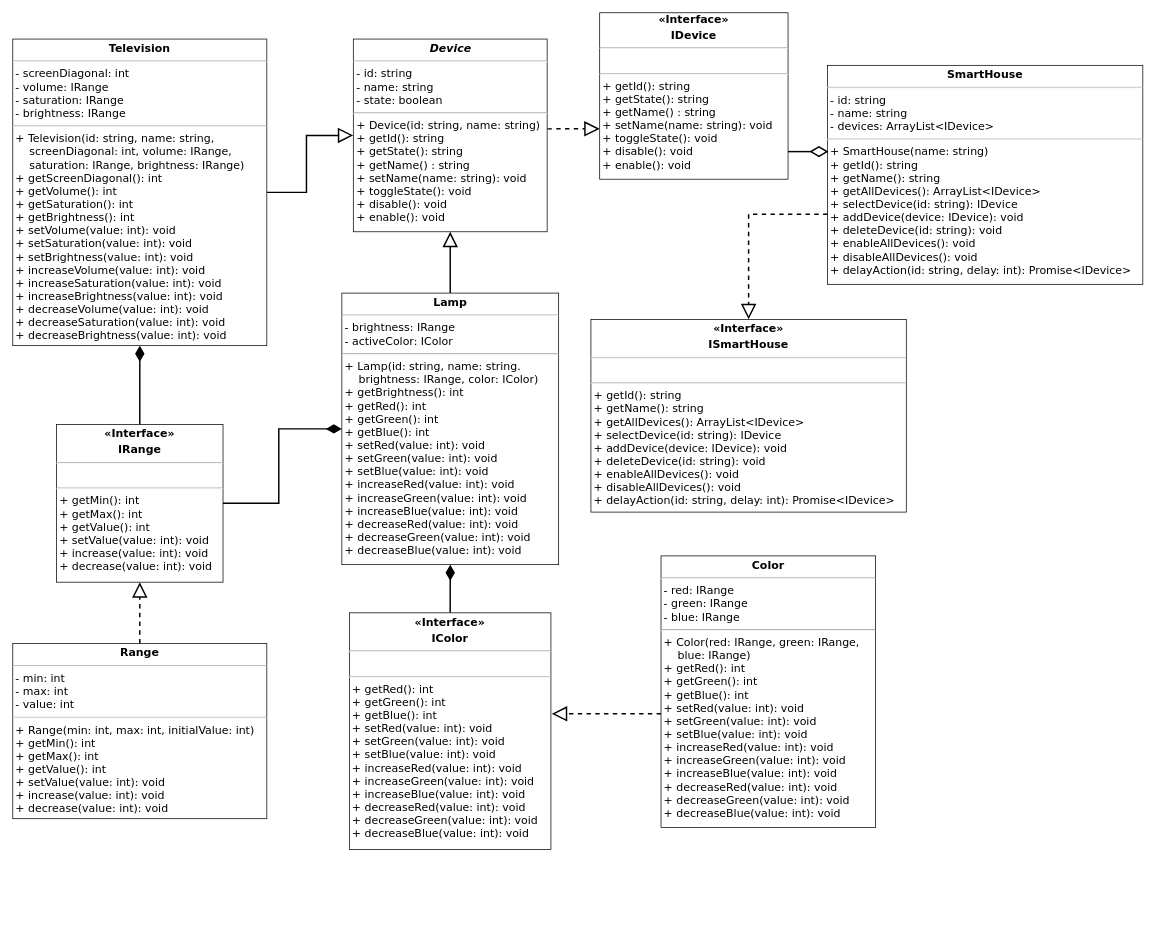
denvoskoboinykov/smarthouse-ts keeps this draw.io diagram as classDiagram.drawio. Above is the earlier version. Source tidied: cells renumbered, new cells numbered last; positions are measured from the earlier drawing's top-left corner, leaving out a move shared by most shapes. Both pictures are drawn from the tidied source at 73%, with x=0, y=0 at pixel (12, 12).
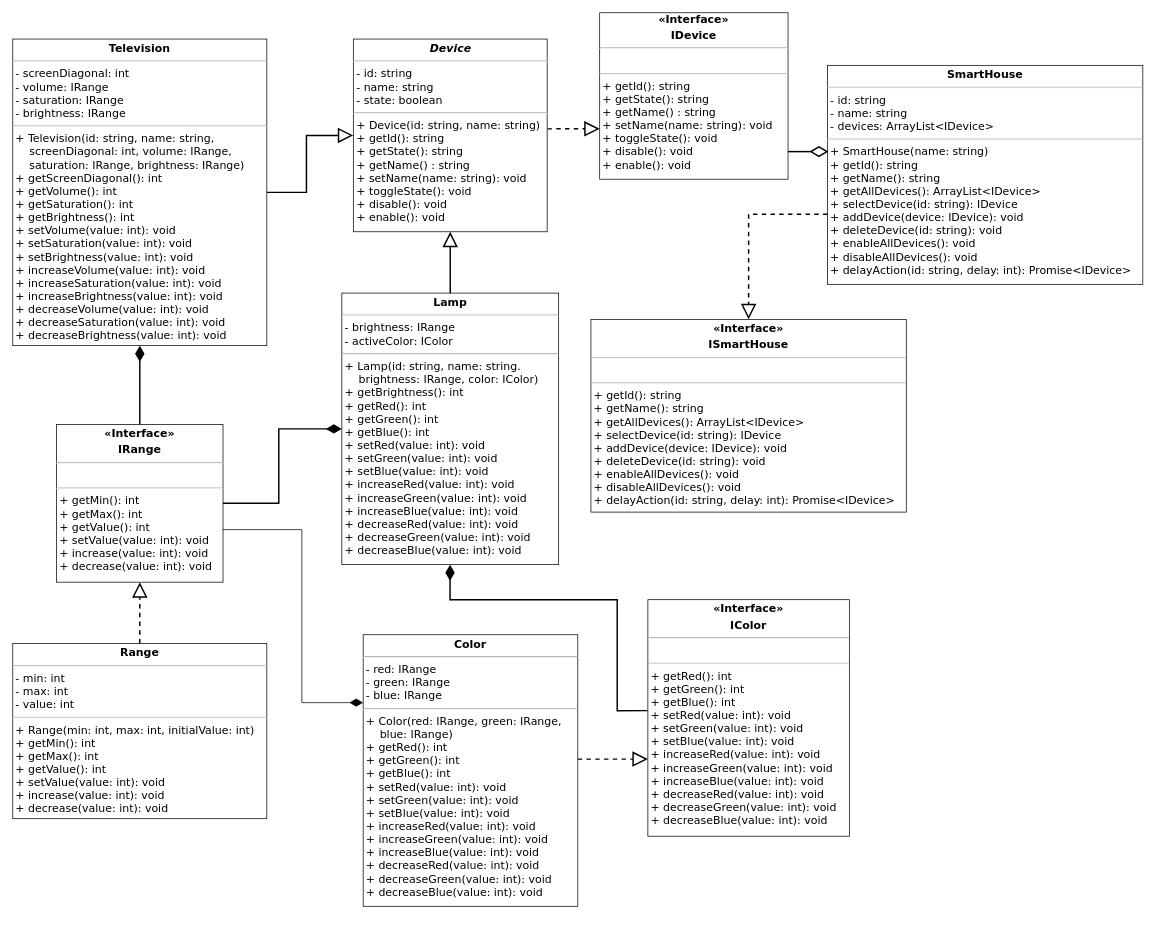
The same diagram, later.

Commit message (it also covers changes not shown here):
fixed class diagram

The change refers to these unchanged cells:
```xml
<mxCell id="6" value="&lt;p style=&quot;margin: 4px 0px 0px ; text-align: center ; font-size: 15px&quot;&gt;&lt;b style=&quot;font-size: 15px&quot;&gt;&lt;font style=&quot;font-size: 15px&quot;&gt;Lamp&lt;/font&gt;&lt;/b&gt;&lt;/p&gt;&lt;hr style=&quot;font-size: 15px&quot;&gt;&lt;p style=&quot;margin: 0px 0px 0px 4px ; font-size: 15px&quot;&gt;&lt;font style=&quot;font-size: 15px&quot;&gt;- brightness: IRange&lt;br style=&quot;font-size: 15px&quot;&gt;&lt;/font&gt;&lt;/p&gt;&lt;p style=&quot;margin: 0px 0px 0px 4px ; font-size: 15px&quot;&gt;&lt;font style=&quot;font-size: 15px&quot;&gt;- activeColor: IColor&lt;/font&gt;&lt;/p&gt;&lt;hr style=&quot;font-size: 15px&quot;&gt;&lt;p style=&quot;margin: 0px 0px 0px 4px ; font-size: 15px&quot;&gt;&lt;font style=&quot;font-size: 15px&quot;&gt;+ Lamp(id: string, name: string.&amp;nbsp;&lt;/font&gt;&lt;/p&gt;&lt;p style=&quot;margin: 0px 0px 0px 4px ; font-size: 15px&quot;&gt;&lt;font style=&quot;font-size: 15px&quot;&gt;&lt;span style=&quot;font-size: 15px&quot;&gt;&amp;nbsp; &amp;nbsp; brightness: IRange, color: IColor)&lt;/span&gt;&lt;/font&gt;&lt;/p&gt;&lt;p style=&quot;margin: 0px 0px 0px 4px ; font-size: 15px&quot;&gt;&lt;span style=&quot;font-size: 15px&quot;&gt;&lt;font style=&quot;font-size: 15px&quot;&gt;+ getBrightness(): int&lt;/font&gt;&lt;/span&gt;&lt;/p&gt;&lt;p style=&quot;margin: 0px 0px 0px 4px&quot;&gt;+ getRed(): int&lt;/p&gt;&lt;p style=&quot;margin: 0px 0px 0px 4px&quot;&gt;+ getGreen(): int&lt;br&gt;&lt;/p&gt;&lt;p style=&quot;margin: 0px 0px 0px 4px&quot;&gt;+ getBlue(): int&lt;/p&gt;&lt;p style=&quot;margin: 0px 0px 0px 4px ; font-size: 15px&quot;&gt;+ setRed(&lt;span style=&quot;font-size: 15px&quot;&gt;value: int): void&lt;/span&gt;&lt;/p&gt;&lt;p style=&quot;margin: 0px 0px 0px 4px ; font-size: 15px&quot;&gt;+ setGreen(&lt;span style=&quot;font-size: 15px&quot;&gt;value: int): void&lt;/span&gt;&lt;span style=&quot;font-size: 15px&quot;&gt;&lt;br style=&quot;font-size: 15px&quot;&gt;&lt;/span&gt;&lt;/p&gt;&lt;p style=&quot;margin: 0px 0px 0px 4px ; font-size: 15px&quot;&gt;+ setBlue(&lt;span style=&quot;font-size: 15px&quot;&gt;value: int): void&lt;/span&gt;&lt;span style=&quot;font-size: 15px&quot;&gt;&lt;br style=&quot;font-size: 15px&quot;&gt;&lt;/span&gt;&lt;/p&gt;&lt;p style=&quot;margin: 0px 0px 0px 4px ; font-size: 15px&quot;&gt;+ increaseRed(&lt;span style=&quot;font-size: 15px&quot;&gt;value: int): void&lt;/span&gt;&lt;/p&gt;&lt;p style=&quot;margin: 0px 0px 0px 4px ; font-size: 15px&quot;&gt;+ increaseGreen(&lt;span style=&quot;font-size: 15px&quot;&gt;value: int): void&lt;/span&gt;&lt;span style=&quot;font-size: 15px&quot;&gt;&lt;br style=&quot;font-size: 15px&quot;&gt;&lt;/span&gt;&lt;/p&gt;&lt;p style=&quot;margin: 0px 0px 0px 4px ; font-size: 15px&quot;&gt;+ increaseBlue(&lt;span style=&quot;font-size: 15px&quot;&gt;value: int): void&lt;/span&gt;&lt;span style=&quot;font-size: 15px&quot;&gt;&lt;br style=&quot;font-size: 15px&quot;&gt;&lt;/span&gt;&lt;/p&gt;&lt;p style=&quot;margin: 0px 0px 0px 4px ; font-size: 15px&quot;&gt;&lt;/p&gt;&lt;p style=&quot;margin: 0px 0px 0px 4px ; font-size: 15px&quot;&gt;+ decreaseRed(&lt;span style=&quot;font-size: 15px&quot;&gt;value: int): void&lt;/span&gt;&lt;/p&gt;&lt;p style=&quot;margin: 0px 0px 0px 4px ; font-size: 15px&quot;&gt;+ decreaseGreen(value: int): void&lt;span style=&quot;font-size: 15px&quot;&gt;&lt;br style=&quot;font-size: 15px&quot;&gt;&lt;/span&gt;&lt;/p&gt;&lt;p style=&quot;margin: 0px 0px 0px 4px ; font-size: 15px&quot;&gt;+ decreaseBlue(value: int): void&lt;br style=&quot;font-size: 15px&quot;&gt;&lt;/p&gt;" style="verticalAlign=top;align=left;overflow=fill;fontSize=15;fontFamily=Verdana;html=1;rounded=0;shadow=0;comic=0;labelBackgroundColor=none;strokeWidth=1;" parent="1" vertex="1">
  <mxGeometry x="450.8" y="384" width="297" height="372" as="geometry" />
</mxCell>
<mxCell id="19" value="&lt;p style=&quot;margin: 4px 0px 0px ; text-align: center ; font-size: 15px&quot;&gt;&lt;b&gt;«Interface»&lt;/b&gt;&lt;b style=&quot;font-size: 15px&quot;&gt;&lt;font style=&quot;font-size: 15px&quot;&gt;&lt;br&gt;&lt;/font&gt;&lt;/b&gt;&lt;/p&gt;&lt;p style=&quot;margin: 4px 0px 0px ; text-align: center ; font-size: 15px&quot;&gt;&lt;b style=&quot;font-size: 15px&quot;&gt;&lt;font style=&quot;font-size: 15px&quot;&gt;IRange&lt;/font&gt;&lt;/b&gt;&lt;/p&gt;&lt;hr style=&quot;font-size: 15px&quot;&gt;&lt;p style=&quot;margin: 0px 0px 0px 4px ; font-size: 15px&quot;&gt;&lt;br&gt;&lt;/p&gt;&lt;hr style=&quot;font-size: 15px&quot;&gt;&lt;p style=&quot;margin: 0px 0px 0px 4px ; font-size: 15px&quot;&gt;&lt;span&gt;+ getMin(): int&lt;/span&gt;&lt;br&gt;&lt;/p&gt;&lt;p style=&quot;margin: 0px 0px 0px 4px ; font-size: 15px&quot;&gt;&lt;font style=&quot;font-size: 15px&quot;&gt;+ getMax(): int&lt;/font&gt;&lt;/p&gt;&lt;p style=&quot;margin: 0px 0px 0px 4px ; font-size: 15px&quot;&gt;&lt;font style=&quot;font-size: 15px&quot;&gt;+ getValue(): int&lt;/font&gt;&lt;/p&gt;&lt;p style=&quot;margin: 0px 0px 0px 4px ; font-size: 15px&quot;&gt;&lt;font style=&quot;font-size: 15px&quot;&gt;+ setValue(value: int): void&lt;br style=&quot;font-size: 15px&quot;&gt;&lt;/font&gt;&lt;/p&gt;&lt;p style=&quot;margin: 0px 0px 0px 4px ; font-size: 15px&quot;&gt;&lt;font style=&quot;font-size: 15px&quot;&gt;+ increase(value: int): void&lt;/font&gt;&lt;/p&gt;&lt;p style=&quot;margin: 0px 0px 0px 4px ; font-size: 15px&quot;&gt;&lt;font style=&quot;font-size: 15px&quot;&gt;+ decrease(value: int): void&lt;/font&gt;&lt;/p&gt;&lt;p style=&quot;margin: 0px 0px 0px 4px ; font-size: 15px&quot;&gt;&lt;br style=&quot;font-size: 15px&quot;&gt;&lt;/p&gt;" style="verticalAlign=top;align=left;overflow=fill;fontSize=15;fontFamily=Verdana;html=1;rounded=0;shadow=0;comic=0;labelBackgroundColor=none;strokeWidth=1;horizontal=1;" parent="1" vertex="1">
  <mxGeometry x="60" y="564" width="228" height="216" as="geometry" />
</mxCell>
```

Diff of the diagram source:
```diff
@@
-    <mxCell id="9" style="edgeStyle=orthogonalEdgeStyle;rounded=0;jettySize=auto;html=1;dashed=1;endArrow=block;endFill=0;endSize=16;strokeWidth=2;entryX=1.004;entryY=0.427;entryDx=0;entryDy=0;entryPerimeter=0;" parent="1" edge="1" source="10" target="21">
+    <mxCell id="9" style="edgeStyle=orthogonalEdgeStyle;rounded=0;jettySize=auto;html=1;dashed=1;endArrow=block;endFill=0;endSize=16;strokeWidth=2;entryX=0;entryY=0.674;entryDx=0;entryDy=0;entryPerimeter=0;" parent="1" edge="1" source="10" target="21">
       <mxGeometry relative="1" as="geometry">
         <Array as="points">
-          <mxPoint x="818" y="960" />
+          <mxPoint x="768" y="1022" />
         </Array>
       </mxGeometry>
     </mxCell>
     <mxCell id="10" value="&lt;p style=&quot;margin: 4px 0px 0px ; text-align: center ; font-size: 15px&quot;&gt;&lt;b style=&quot;font-size: 15px&quot;&gt;&lt;font style=&quot;font-size: 15px&quot;&gt;Color&lt;/font&gt;&lt;/b&gt;&lt;/p&gt;&lt;hr style=&quot;font-size: 15px&quot;&gt;&lt;p style=&quot;margin: 0px 0px 0px 4px ; font-size: 15px&quot;&gt;&lt;font style=&quot;font-size: 15px&quot;&gt;- red: IRange&lt;br style=&quot;font-size: 15px&quot;&gt;- green: IRange&lt;br style=&quot;font-size: 15px&quot;&gt;&lt;/font&gt;&lt;/p&gt;&lt;p style=&quot;margin: 0px 0px 0px 4px ; font-size: 15px&quot;&gt;&lt;font style=&quot;font-size: 15px&quot;&gt;- blue: IRange&lt;/font&gt;&lt;/p&gt;&lt;hr style=&quot;font-size: 15px&quot;&gt;&lt;p style=&quot;margin: 0px 0px 0px 4px ; font-size: 15px&quot;&gt;&lt;font style=&quot;font-size: 15px&quot;&gt;+ Color(red: IRange, green: IRange,&lt;/font&gt;&lt;/p&gt;&lt;p style=&quot;margin: 0px 0px 0px 4px ; font-size: 15px&quot;&gt;&lt;font style=&quot;font-size: 15px&quot;&gt;&amp;nbsp; &amp;nbsp; blue: IRange)&lt;/font&gt;&lt;/p&gt;&lt;p style=&quot;margin: 0px 0px 0px 4px&quot;&gt;+ getRed(): int&lt;br&gt;&lt;/p&gt;&lt;p style=&quot;margin: 0px 0px 0px 4px&quot;&gt;+ getGreen(): int&lt;/p&gt;&lt;p style=&quot;margin: 0px 0px 0px 4px&quot;&gt;+ getBlue(): int&lt;/p&gt;&lt;p style=&quot;margin: 0px 0px 0px 4px&quot;&gt;+ setRed(value: int): void&lt;/p&gt;&lt;p style=&quot;margin: 0px 0px 0px 4px&quot;&gt;+ setGreen(value: int): void&lt;br&gt;&lt;/p&gt;&lt;p style=&quot;margin: 0px 0px 0px 4px&quot;&gt;+ setBlue(value: int): void&lt;br&gt;&lt;/p&gt;&lt;p style=&quot;margin: 0px 0px 0px 4px&quot;&gt;+&amp;nbsp;increaseRed(value: int): void&lt;/p&gt;&lt;p style=&quot;margin: 0px 0px 0px 4px&quot;&gt;+&amp;nbsp;increaseGreen(value: int): void&lt;br&gt;&lt;/p&gt;&lt;p style=&quot;margin: 0px 0px 0px 4px&quot;&gt;+&amp;nbsp;increaseBlue(value: int): void&lt;br&gt;&lt;/p&gt;&lt;p style=&quot;margin: 0px 0px 0px 4px&quot;&gt;+ decreaseRed(value: int): void&lt;/p&gt;&lt;p style=&quot;margin: 0px 0px 0px 4px&quot;&gt;+ decreaseGreen(value: int): void&lt;/p&gt;&lt;p style=&quot;margin: 0px 0px 0px 4px&quot;&gt;&lt;/p&gt;&lt;p style=&quot;margin: 0px 0px 0px 4px&quot;&gt;+ decreaseBlue(value: int): void&lt;/p&gt;&lt;p style=&quot;margin: 0px 0px 0px 4px ; font-size: 15px&quot;&gt;&lt;br&gt;&lt;/p&gt;" style="verticalAlign=top;align=left;overflow=fill;fontSize=15;fontFamily=Verdana;html=1;rounded=0;shadow=0;comic=0;labelBackgroundColor=none;strokeWidth=1;" parent="1" vertex="1">
-      <mxGeometry x="888" y="744" width="294" height="372" as="geometry" />
+      <mxGeometry x="480" y="852" width="294" height="372" as="geometry" />
     </mxCell>
@@
+    <mxCell id="24" style="edgeStyle=orthogonalEdgeStyle;rounded=0;jettySize=auto;html=1;entryX=0;entryY=0.25;entryDx=0;entryDy=0;endArrow=diamondThin;endFill=1;startSize=6;endSize=16;" parent="1" edge="1" source="19" target="10">
+      <mxGeometry relative="1" as="geometry">
+        <Array as="points">
+          <mxPoint x="396" y="708" />
+          <mxPoint x="396" y="945" />
+        </Array>
+      </mxGeometry>
+    </mxCell>
@@
-    <mxCell id="20" style="edgeStyle=orthogonalEdgeStyle;rounded=0;jettySize=auto;html=1;endArrow=diamondThin;endFill=1;endSize=16;strokeWidth=2;" parent="1" edge="1" source="21" target="6">
-      <mxGeometry relative="1" as="geometry" />
+    <mxCell id="20" style="edgeStyle=orthogonalEdgeStyle;rounded=0;jettySize=auto;html=1;endArrow=diamondThin;endFill=1;endSize=16;strokeWidth=2;exitX=-0.002;exitY=0.469;exitDx=0;exitDy=0;exitPerimeter=0;" parent="1" edge="1" source="21" target="6">
+      <mxGeometry relative="1" as="geometry">
+        <Array as="points">
+          <mxPoint x="828" y="956" />
+          <mxPoint x="828" y="804" />
+          <mxPoint x="599" y="804" />
+        </Array>
+      </mxGeometry>
     </mxCell>
     <mxCell id="21" value="&lt;p style=&quot;margin: 4px 0px 0px ; text-align: center ; font-size: 15px&quot;&gt;&lt;b&gt;«Interface»&lt;/b&gt;&lt;b style=&quot;font-size: 15px&quot;&gt;&lt;font style=&quot;font-size: 15px&quot;&gt;&lt;br&gt;&lt;/font&gt;&lt;/b&gt;&lt;/p&gt;&lt;p style=&quot;margin: 4px 0px 0px ; text-align: center ; font-size: 15px&quot;&gt;&lt;b style=&quot;font-size: 15px&quot;&gt;&lt;font style=&quot;font-size: 15px&quot;&gt;IColor&lt;/font&gt;&lt;/b&gt;&lt;/p&gt;&lt;hr style=&quot;font-size: 15px&quot;&gt;&lt;p style=&quot;margin: 0px 0px 0px 4px ; font-size: 15px&quot;&gt;&lt;br&gt;&lt;/p&gt;&lt;hr style=&quot;font-size: 15px&quot;&gt;&lt;p style=&quot;margin: 0px 0px 0px 4px ; font-size: 15px&quot;&gt;&lt;span&gt;+ getRed(): int&lt;/span&gt;&lt;br&gt;&lt;/p&gt;&lt;p style=&quot;margin: 0px 0px 0px 4px ; font-size: 15px&quot;&gt;&lt;font style=&quot;font-size: 15px&quot;&gt;+ getGreen(): int&lt;/font&gt;&lt;/p&gt;&lt;p style=&quot;margin: 0px 0px 0px 4px ; font-size: 15px&quot;&gt;&lt;font style=&quot;font-size: 15px&quot;&gt;+ getBlue(): int&lt;/font&gt;&lt;/p&gt;&lt;p style=&quot;margin: 0px 0px 0px 4px ; font-size: 15px&quot;&gt;&lt;font style=&quot;font-size: 15px&quot;&gt;+ setRed(value: int): void&lt;/font&gt;&lt;/p&gt;&lt;p style=&quot;margin: 0px 0px 0px 4px ; font-size: 15px&quot;&gt;&lt;font style=&quot;font-size: 15px&quot;&gt;+ setGreen(value: int): void&lt;br style=&quot;font-size: 15px&quot;&gt;&lt;/font&gt;&lt;/p&gt;&lt;p style=&quot;margin: 0px 0px 0px 4px ; font-size: 15px&quot;&gt;&lt;font style=&quot;font-size: 15px&quot;&gt;+ setBlue(value: int): void&lt;br style=&quot;font-size: 15px&quot;&gt;&lt;/font&gt;&lt;/p&gt;&lt;p style=&quot;margin: 0px 0px 0px 4px ; font-size: 15px&quot;&gt;+&lt;span style=&quot;font-size: 15px&quot;&gt;&amp;nbsp;increase&lt;/span&gt;Red&lt;span style=&quot;font-size: 15px&quot;&gt;(value: int): void&lt;/span&gt;&lt;/p&gt;&lt;p style=&quot;margin: 0px 0px 0px 4px ; font-size: 15px&quot;&gt;+&amp;nbsp;increaseGreen(value: int): void&lt;span style=&quot;font-size: 15px&quot;&gt;&lt;br style=&quot;font-size: 15px&quot;&gt;&lt;/span&gt;&lt;/p&gt;&lt;p style=&quot;margin: 0px 0px 0px 4px ; font-size: 15px&quot;&gt;+&amp;nbsp;increaseBlue(value: int): void&lt;br style=&quot;font-size: 15px&quot;&gt;&lt;/p&gt;&lt;p style=&quot;margin: 0px 0px 0px 4px ; font-size: 15px&quot;&gt;+ decreaseRed(value: int): void&lt;/p&gt;&lt;p style=&quot;margin: 0px 0px 0px 4px ; font-size: 15px&quot;&gt;+ decreaseGreen(value: int): void&lt;/p&gt;&lt;p style=&quot;margin: 0px 0px 0px 4px ; font-size: 15px&quot;&gt;+ decreaseBlue(value: int): void&lt;br style=&quot;font-size: 15px&quot;&gt;&lt;/p&gt;" style="verticalAlign=top;align=left;overflow=fill;fontSize=15;fontFamily=Verdana;html=1;rounded=0;shadow=0;comic=0;labelBackgroundColor=none;strokeWidth=1;" parent="1" vertex="1">
-      <mxGeometry x="461.2" y="822" width="276" height="324" as="geometry" />
+      <mxGeometry x="870" y="804" width="276" height="324" as="geometry" />
     </mxCell>
```
